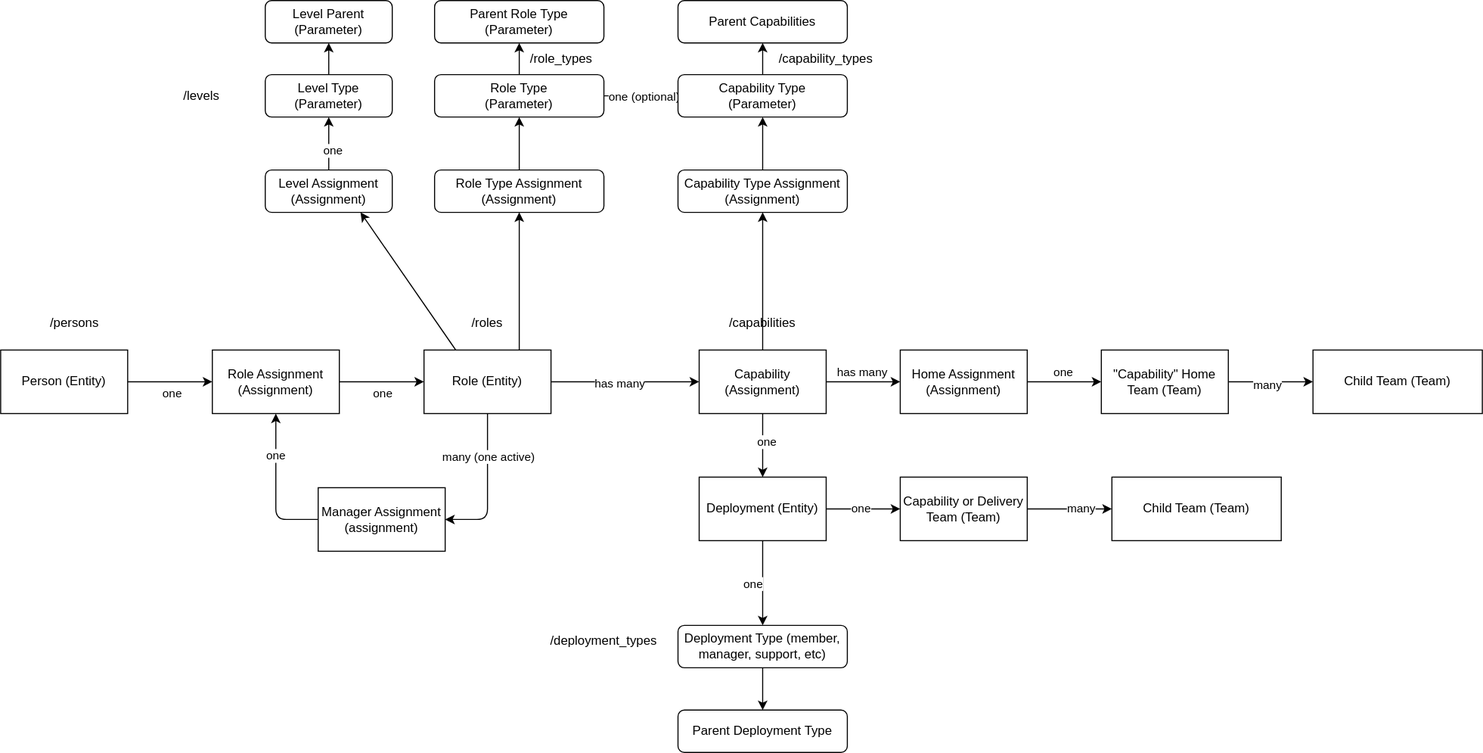
This is docs/data-v4.drawio.svg from jdotw/swamp, a draw.io export, as it was before one commit. Source tidied: cells renumbered, new cells last; positions are measured from the earlier drawing's top-left corner, leaving out a move shared by most shapes.
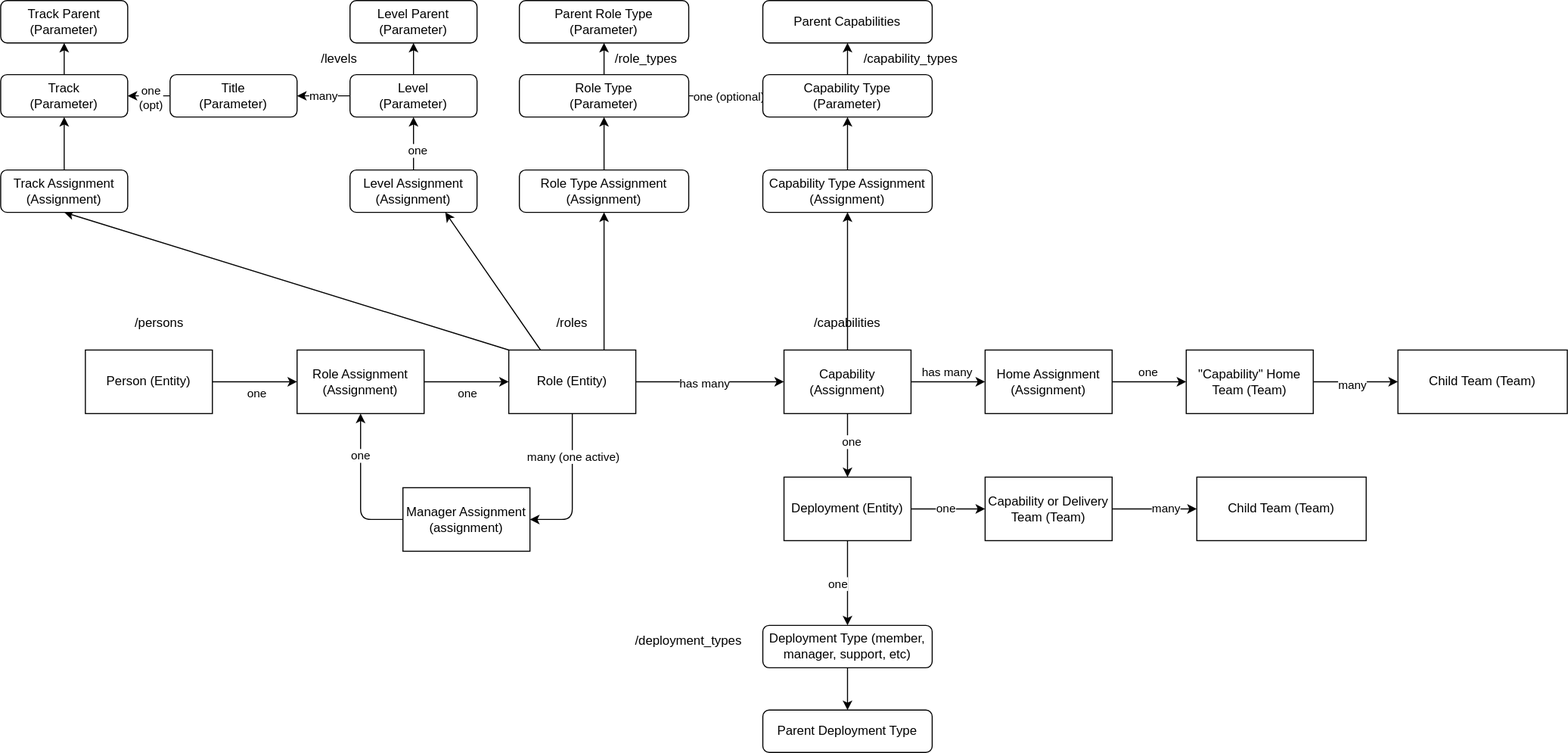
After the change.

What changed in the source:
```diff
@@ -67,6 +67,9 @@
     <mxCell id="18" style="edgeStyle=none;html=1;exitX=0.75;exitY=0;exitDx=0;exitDy=0;entryX=0.5;entryY=1;entryDx=0;entryDy=0;" parent="1" edge="1" source="19" target="45">
       <mxGeometry relative="1" as="geometry" />
     </mxCell>
+    <mxCell id="67" style="edgeStyle=none;html=1;exitX=0;exitY=0;exitDx=0;exitDy=0;entryX=0.5;entryY=1;entryDx=0;entryDy=0;" parent="1" edge="1" source="19" target="74">
+      <mxGeometry relative="1" as="geometry" />
+    </mxCell>
     <mxCell id="19" value="Role (Entity)" style="rounded=0;whiteSpace=wrap;html=1;" parent="1" vertex="1">
       <mxGeometry x="400" y="330" width="120" height="60" as="geometry" />
     </mxCell>
@@ -144,7 +147,13 @@
     <mxCell id="41" style="edgeStyle=none;html=1;exitX=0.5;exitY=0;exitDx=0;exitDy=0;entryX=0.5;entryY=1;entryDx=0;entryDy=0;" parent="1" edge="1" source="42" target="56">
       <mxGeometry relative="1" as="geometry" />
     </mxCell>
+    <mxCell id="68" style="edgeStyle=none;html=1;exitX=0;exitY=0.5;exitDx=0;exitDy=0;entryX=1;entryY=0.5;entryDx=0;entryDy=0;" parent="1" edge="1" source="42" target="77">
+      <mxGeometry relative="1" as="geometry" />
+    </mxCell>
+    <mxCell id="69" value="many" style="edgeLabel;html=1;align=center;verticalAlign=middle;" parent="68" vertex="1">
+      <mxGeometry x="0.04" y="-1" relative="1" as="geometry" />
+    </mxCell>
-    <mxCell id="42" value="Level Type (Parameter)" style="rounded=1;whiteSpace=wrap;html=1;" parent="1" vertex="1">
+    <mxCell id="42" value="Level&lt;br&gt;&amp;nbsp;(Parameter)" style="rounded=1;whiteSpace=wrap;html=1;" parent="1" vertex="1">
       <mxGeometry x="250" y="70" width="120" height="40" as="geometry" />
     </mxCell>
     <mxCell id="43" value="Parent Role Type &lt;br&gt;(Parameter)" style="rounded=1;whiteSpace=wrap;html=1;" parent="1" vertex="1">
@@ -196,7 +205,7 @@
       <mxGeometry x="430" y="290" width="60" height="30" as="geometry" />
     </mxCell>
     <mxCell id="59" value="/levels" style="text;html=1;strokeColor=none;fillColor=none;align=center;verticalAlign=middle;whiteSpace=wrap;rounded=0;" parent="1" vertex="1">
-      <mxGeometry x="160" y="75" width="60" height="30" as="geometry" />
+      <mxGeometry x="210" y="40" width="60" height="30" as="geometry" />
     </mxCell>
     <mxCell id="60" value="/role_types" style="text;html=1;strokeColor=none;fillColor=none;align=center;verticalAlign=middle;whiteSpace=wrap;rounded=0;" parent="1" vertex="1">
       <mxGeometry x="500" y="40" width="60" height="30" as="geometry" />
@@ -221,5 +230,29 @@
         <mxPoint x="-15" y="-12" as="offset" />
       </mxGeometry>
     </mxCell>
+    <mxCell id="70" style="edgeStyle=none;html=1;exitX=0.5;exitY=0;exitDx=0;exitDy=0;entryX=0.5;entryY=1;entryDx=0;entryDy=0;" parent="1" edge="1" source="71" target="72">
+      <mxGeometry relative="1" as="geometry" />
+    </mxCell>
+    <mxCell id="71" value="Track &lt;br&gt;(Parameter)" style="rounded=1;whiteSpace=wrap;html=1;" parent="1" vertex="1">
+      <mxGeometry x="-80" y="70" width="120" height="40" as="geometry" />
+    </mxCell>
+    <mxCell id="72" value="Track Parent&lt;br&gt;(Parameter)" style="rounded=1;whiteSpace=wrap;html=1;" parent="1" vertex="1">
+      <mxGeometry x="-80" width="120" height="40" as="geometry" />
+    </mxCell>
+    <mxCell id="73" style="edgeStyle=none;html=1;exitX=0.5;exitY=0;exitDx=0;exitDy=0;entryX=0.5;entryY=1;entryDx=0;entryDy=0;" parent="1" edge="1" source="74" target="71">
+      <mxGeometry relative="1" as="geometry" />
+    </mxCell>
+    <mxCell id="74" value="Track Assignment&lt;br&gt;(Assignment)" style="rounded=1;whiteSpace=wrap;html=1;" parent="1" vertex="1">
+      <mxGeometry x="-80" y="160" width="120" height="40" as="geometry" />
+    </mxCell>
+    <mxCell id="75" style="edgeStyle=none;html=1;exitX=0;exitY=0.5;exitDx=0;exitDy=0;entryX=1;entryY=0.5;entryDx=0;entryDy=0;" parent="1" edge="1" source="77" target="71">
+      <mxGeometry relative="1" as="geometry" />
+    </mxCell>
+    <mxCell id="76" value="one&lt;br&gt;(opt)" style="edgeLabel;html=1;align=center;verticalAlign=middle;" parent="75" vertex="1">
+      <mxGeometry x="-0.05" y="1" relative="1" as="geometry" />
+    </mxCell>
+    <mxCell id="77" value="Title&lt;br&gt;(Parameter)" style="rounded=1;whiteSpace=wrap;html=1;" parent="1" vertex="1">
+      <mxGeometry x="80" y="70" width="120" height="40" as="geometry" />
+    </mxCell>
   </root>
 </mxGraphModel>
```
